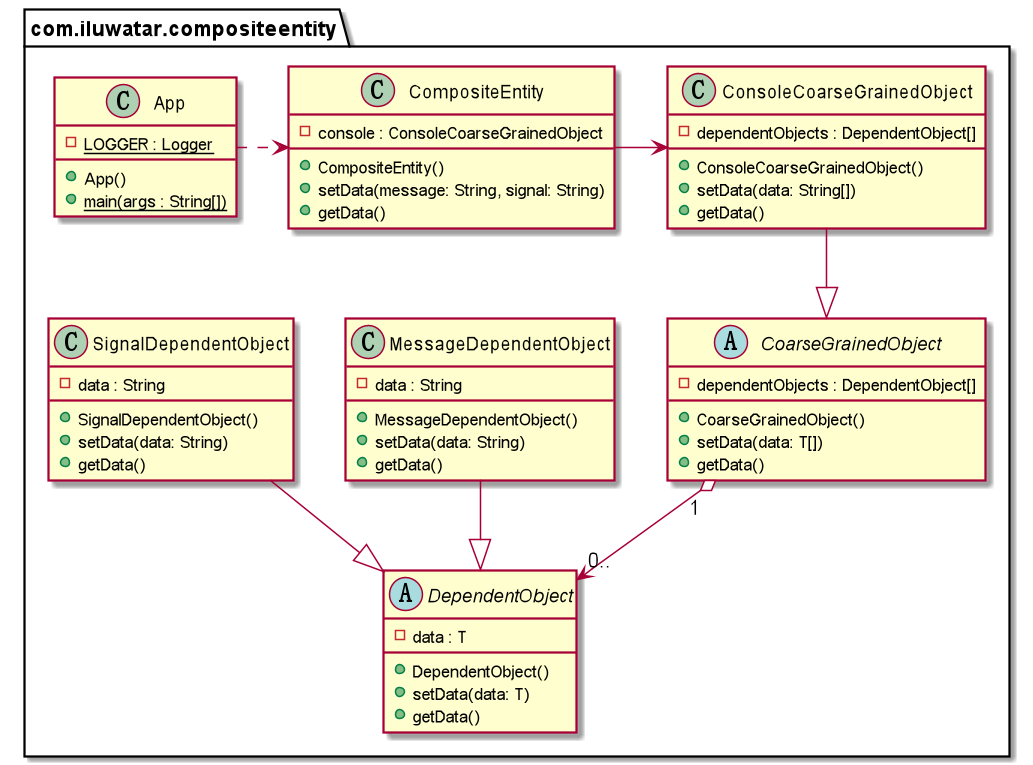
iluwatar/java-design-patterns keeps this PlantUML diagram as composite-entity/etc/composite_entity.urm.png. Above is the earlier version. Its diagram source:
```plantuml
@startuml
package com.iluwatar.compositeentity {
  class App {
     - LOGGER : Logger {static}
     + App()
     + main(args : String[]) {static}
  }
  class CompositeEntity{
      - console : ConsoleCoarseGrainedObject
      + CompositeEntity()
      + setData(message: String, signal: String)
      + getData()
    }
  abstract CoarseGrainedObject{
    - dependentObjects : DependentObject[]
    + CoarseGrainedObject()
    + setData(data: T[])
    + getData()
  }
  abstract DependentObject{
      - data : T
      + DependentObject()
      + setData(data: T)
      + getData()
  }
  class ConsoleCoarseGrainedObject{
      - dependentObjects : DependentObject[]
      + ConsoleCoarseGrainedObject()
      + setData(data: String[])
      + getData()
  }
  class MessageDependentObject{
          - data : String
          + MessageDependentObject()
          + setData(data: String)
          + getData()
  }
  class SignalDependentObject{
            - data : String
            + SignalDependentObject()
            + setData(data: String)
            + getData()
  }

  MessageDependentObject --|> DependentObject
  SignalDependentObject  --|> DependentObject
  ConsoleCoarseGrainedObject --|> CoarseGrainedObject
  CompositeEntity -right-> ConsoleCoarseGrainedObject
  CoarseGrainedObject "1" o--> "0.." DependentObject
  App .right.> CompositeEntity
}
@enduml
```
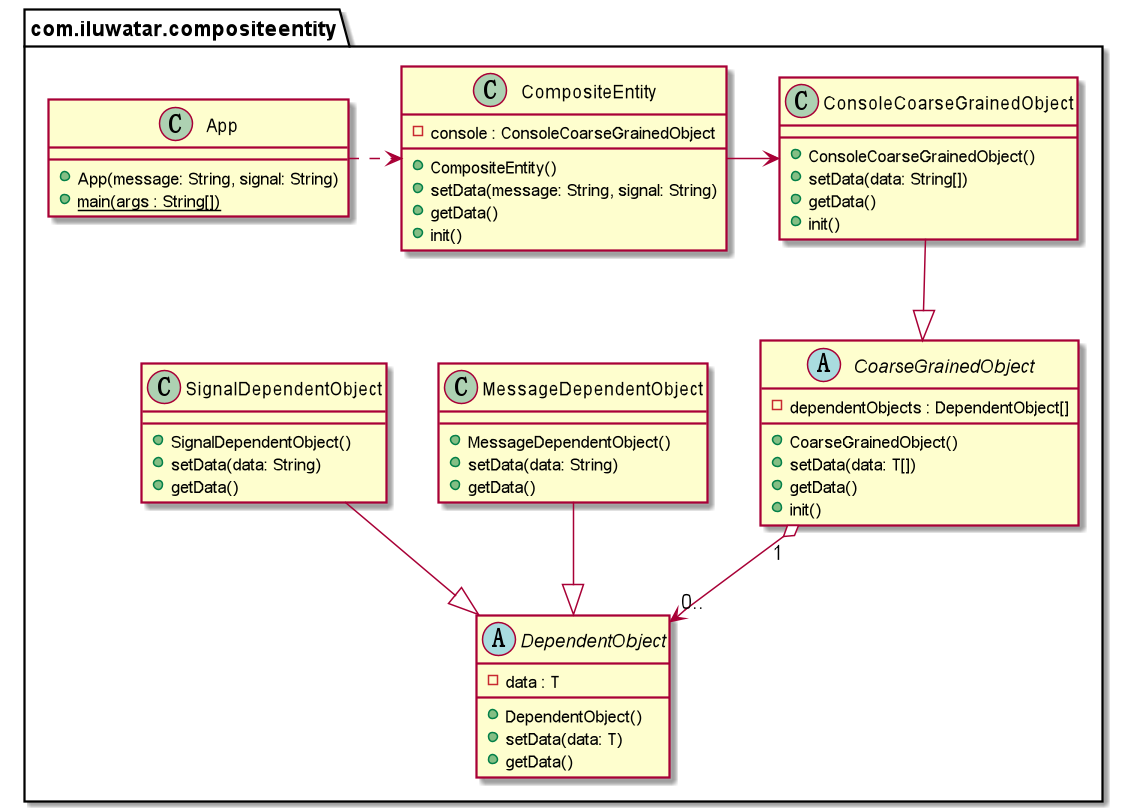
The same file after the commit.

The edit, as a diff of the source:
```diff
@@ -1,8 +1,7 @@
 @startuml
 package com.iluwatar.compositeentity {
   class App {
-     - LOGGER : Logger {static}
-     + App()
+     + App(message: String, signal: String)
      + main(args : String[]) {static}
   }
   class CompositeEntity{
@@ -10,12 +9,14 @@
       + CompositeEntity()
       + setData(message: String, signal: String)
       + getData()
+      + init()
     }
   abstract CoarseGrainedObject{
     - dependentObjects : DependentObject[]
     + CoarseGrainedObject()
     + setData(data: T[])
     + getData()
+    + init()
   }
   abstract DependentObject{
       - data : T
@@ -24,19 +25,17 @@
       + getData()
   }
   class ConsoleCoarseGrainedObject{
-      - dependentObjects : DependentObject[]
       + ConsoleCoarseGrainedObject()
       + setData(data: String[])
       + getData()
+      + init()
   }
   class MessageDependentObject{
-          - data : String
           + MessageDependentObject()
           + setData(data: String)
           + getData()
   }
   class SignalDependentObject{
-            - data : String
             + SignalDependentObject()
             + setData(data: String)
             + getData()
```
